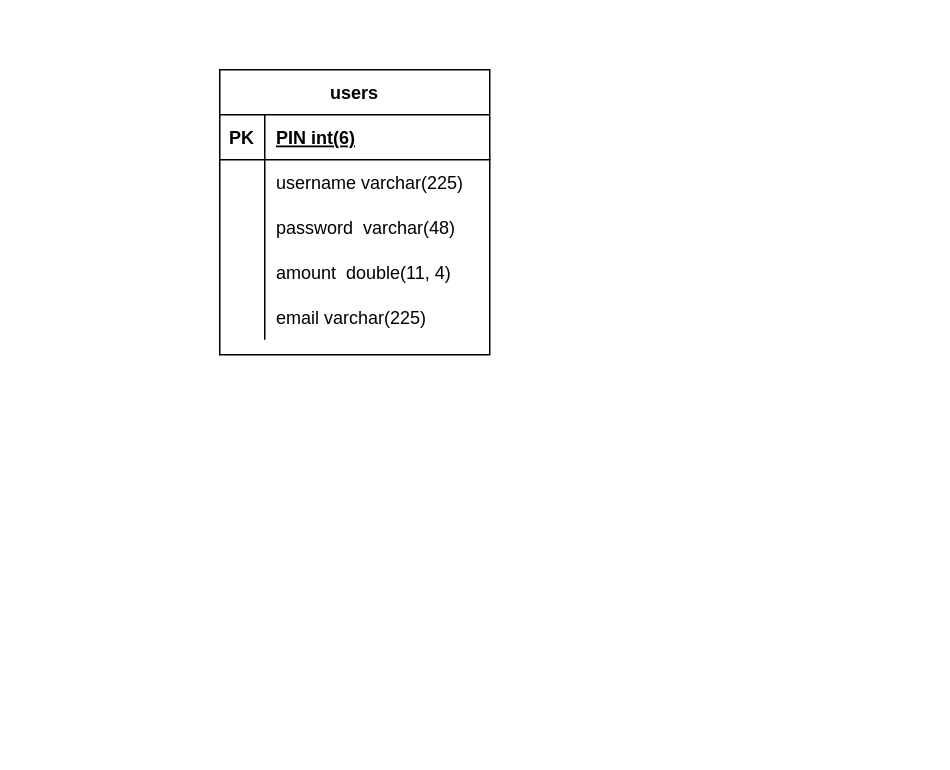
Before: erd.drawio in refaldy04/fw9-backend, a draw.io diagram. Source tidied: cells renumbered, new cells numbered last; positions are measured from the earlier drawing's top-left corner, leaving out a move shared by most shapes. Both pictures are drawn from the tidied source at 150%, with x=0, y=0 at pixel (219, 69).
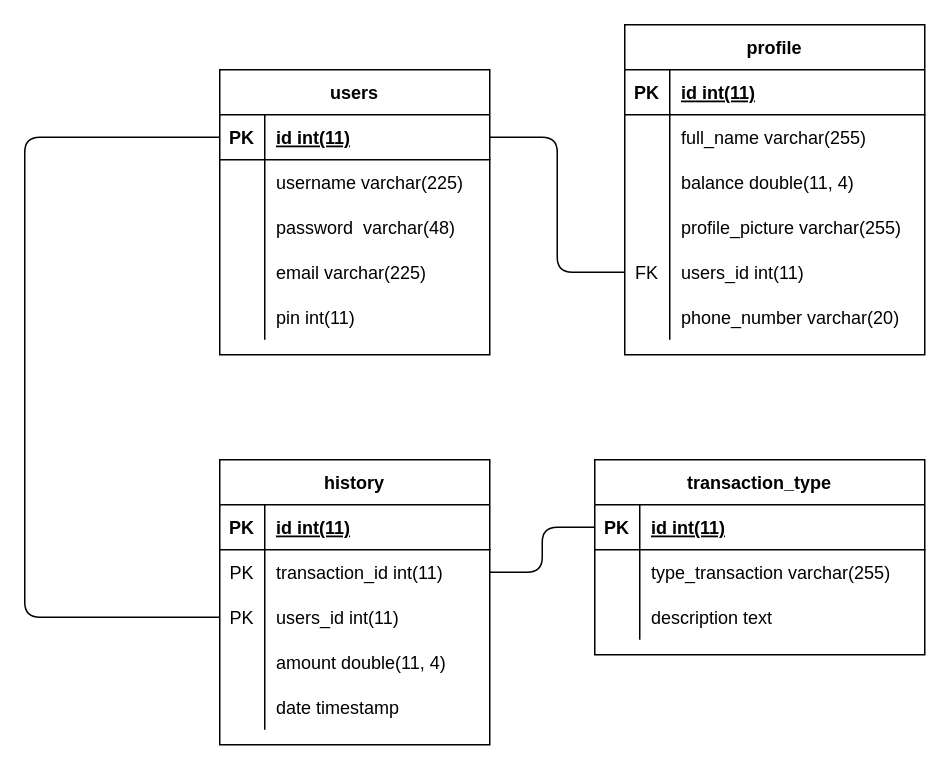
The same diagram, later.

The change refers to these unchanged cells:
```xml
<mxCell id="2" value="users" style="shape=table;startSize=30;childLayout=tableLayout;rowLines=0;fontStyle=1;align=center;" parent="1" vertex="1">
  <mxGeometry width="180" height="190" as="geometry" />
</mxCell>
<mxCell id="3" style="shape=partialRectangle;fillColor=none;top=0;left=0;bottom=1;right=0;points=[[0,0.5],[1,0.5]];portConstraint=eastwest;" parent="2" vertex="1">
  <mxGeometry y="30" width="180" height="30" as="geometry" />
</mxCell>
```

What changed in the source:
```diff
@@
-    <mxCell id="5" value="PIN int(6)" style="shape=partialRectangle;fillColor=none;top=0;left=0;bottom=0;right=0;align=left;spacingLeft=6;fontStyle=5;overflow=hidden;" parent="3" vertex="1">
+    <mxCell id="5" value="id int(11)" style="shape=partialRectangle;fillColor=none;top=0;left=0;bottom=0;right=0;align=left;spacingLeft=6;fontStyle=5;overflow=hidden;" parent="3" vertex="1">
       <mxGeometry x="30" width="150" height="30" as="geometry" />
     </mxCell>
@@
-    <mxCell id="12" style="shape=partialRectangle;fillColor=none;top=0;left=0;bottom=0;right=0;" parent="2" vertex="1">
-      <mxGeometry y="120" width="180" height="30" as="geometry" />
-    </mxCell>
-    <mxCell id="13" style="shape=partialRectangle;fillColor=none;top=0;left=0;bottom=0;right=0;overflow=hidden;" parent="12" vertex="1">
-      <mxGeometry width="30" height="30" as="geometry" />
-    </mxCell>
-    <mxCell id="14" value="amount  double(11, 4)" style="shape=partialRectangle;fillColor=none;top=0;left=0;bottom=0;right=0;align=left;spacingLeft=6;overflow=hidden;" parent="12" vertex="1">
-      <mxGeometry x="30" width="150" height="30" as="geometry" />
-    </mxCell>
     <mxCell id="15" style="shape=partialRectangle;fillColor=none;top=0;left=0;bottom=0;right=0;" parent="2" vertex="1">
-      <mxGeometry y="150" width="180" height="30" as="geometry" />
+      <mxGeometry y="120" width="180" height="30" as="geometry" />
     </mxCell>
@@
+    <mxCell id="18" style="shape=partialRectangle;fillColor=none;top=0;left=0;bottom=0;right=0;" parent="2" vertex="1">
+      <mxGeometry y="150" width="180" height="30" as="geometry" />
+    </mxCell>
+    <mxCell id="19" style="shape=partialRectangle;fillColor=none;top=0;left=0;bottom=0;right=0;overflow=hidden;" parent="18" vertex="1">
+      <mxGeometry width="30" height="30" as="geometry" />
+    </mxCell>
+    <mxCell id="20" value="pin int(11)" style="shape=partialRectangle;fillColor=none;top=0;left=0;bottom=0;right=0;align=left;spacingLeft=6;overflow=hidden;" parent="18" vertex="1">
+      <mxGeometry x="30" width="150" height="30" as="geometry" />
+    </mxCell>
+    <mxCell id="21" value="profile" style="shape=table;startSize=30;childLayout=tableLayout;rowLines=0;fontStyle=1;align=center;" parent="1" vertex="1">
+      <mxGeometry x="270" y="-30" width="200" height="220" as="geometry" />
+    </mxCell>
+    <mxCell id="22" style="shape=partialRectangle;fillColor=none;top=0;left=0;bottom=1;right=0;" parent="21" vertex="1">
+      <mxGeometry y="30" width="200" height="30" as="geometry" />
+    </mxCell>
+    <mxCell id="23" value="PK" style="shape=partialRectangle;fillColor=none;top=0;left=0;bottom=0;right=0;fontStyle=1;overflow=hidden;" parent="22" vertex="1">
+      <mxGeometry width="30" height="30" as="geometry" />
+    </mxCell>
+    <mxCell id="24" value="id int(11)" style="shape=partialRectangle;fillColor=none;top=0;left=0;bottom=0;right=0;align=left;spacingLeft=6;fontStyle=5;overflow=hidden;" parent="22" vertex="1">
+      <mxGeometry x="30" width="170" height="30" as="geometry" />
+    </mxCell>
+    <mxCell id="25" style="shape=partialRectangle;fillColor=none;top=0;left=0;bottom=0;right=0;" parent="21" vertex="1">
+      <mxGeometry y="60" width="200" height="30" as="geometry" />
+    </mxCell>
+    <mxCell id="26" style="shape=partialRectangle;fillColor=none;top=0;left=0;bottom=0;right=0;overflow=hidden;" parent="25" vertex="1">
+      <mxGeometry width="30" height="30" as="geometry" />
+    </mxCell>
+    <mxCell id="27" value="full_name varchar(255)" style="shape=partialRectangle;fillColor=none;top=0;left=0;bottom=0;right=0;align=left;spacingLeft=6;overflow=hidden;" parent="25" vertex="1">
+      <mxGeometry x="30" width="170" height="30" as="geometry" />
+    </mxCell>
+    <mxCell id="28" style="shape=partialRectangle;fillColor=none;top=0;left=0;bottom=0;right=0;" parent="21" vertex="1">
+      <mxGeometry y="90" width="200" height="30" as="geometry" />
+    </mxCell>
+    <mxCell id="29" style="shape=partialRectangle;fillColor=none;top=0;left=0;bottom=0;right=0;overflow=hidden;" parent="28" vertex="1">
+      <mxGeometry width="30" height="30" as="geometry" />
+    </mxCell>
+    <mxCell id="30" value="balance double(11, 4)" style="shape=partialRectangle;fillColor=none;top=0;left=0;bottom=0;right=0;align=left;spacingLeft=6;overflow=hidden;" parent="28" vertex="1">
+      <mxGeometry x="30" width="170" height="30" as="geometry" />
+    </mxCell>
+    <mxCell id="31" style="shape=partialRectangle;fillColor=none;top=0;left=0;bottom=0;right=0;" parent="21" vertex="1">
+      <mxGeometry y="120" width="200" height="30" as="geometry" />
+    </mxCell>
+    <mxCell id="32" style="shape=partialRectangle;fillColor=none;top=0;left=0;bottom=0;right=0;overflow=hidden;" parent="31" vertex="1">
+      <mxGeometry width="30" height="30" as="geometry" />
+    </mxCell>
+    <mxCell id="33" value="profile_picture varchar(255)" style="shape=partialRectangle;fillColor=none;top=0;left=0;bottom=0;right=0;align=left;spacingLeft=6;overflow=hidden;" parent="31" vertex="1">
+      <mxGeometry x="30" width="170" height="30" as="geometry" />
+    </mxCell>
+    <mxCell id="34" style="shape=partialRectangle;fillColor=none;top=0;left=0;bottom=0;right=0;points=[[0,0.5],[1,0.5]];portConstraint=eastwest;" parent="21" vertex="1">
+      <mxGeometry y="150" width="200" height="30" as="geometry" />
+    </mxCell>
+    <mxCell id="35" value="FK" style="shape=partialRectangle;fillColor=none;top=0;left=0;bottom=0;right=0;overflow=hidden;" parent="34" vertex="1">
+      <mxGeometry width="30" height="30" as="geometry" />
+    </mxCell>
+    <mxCell id="36" value="users_id int(11)" style="shape=partialRectangle;fillColor=none;top=0;left=0;bottom=0;right=0;align=left;spacingLeft=6;overflow=hidden;" parent="34" vertex="1">
+      <mxGeometry x="30" width="170" height="30" as="geometry" />
+    </mxCell>
+    <mxCell id="37" style="shape=partialRectangle;fillColor=none;top=0;left=0;bottom=0;right=0;" parent="21" vertex="1">
+      <mxGeometry y="180" width="200" height="30" as="geometry" />
+    </mxCell>
+    <mxCell id="38" style="shape=partialRectangle;fillColor=none;top=0;left=0;bottom=0;right=0;overflow=hidden;" parent="37" vertex="1">
+      <mxGeometry width="30" height="30" as="geometry" />
+    </mxCell>
+    <mxCell id="39" value="phone_number varchar(20)" style="shape=partialRectangle;fillColor=none;top=0;left=0;bottom=0;right=0;align=left;spacingLeft=6;overflow=hidden;" parent="37" vertex="1">
+      <mxGeometry x="30" width="170" height="30" as="geometry" />
+    </mxCell>
+    <mxCell id="40" style="edgeStyle=orthogonalEdgeStyle;html=1;exitX=0;exitY=0.5;exitDx=0;exitDy=0;entryX=1;entryY=0.5;entryDx=0;entryDy=0;endArrow=none;endFill=0;" parent="1" edge="1" source="34" target="3">
+      <mxGeometry relative="1" as="geometry" />
+    </mxCell>
+    <mxCell id="41" value="transaction_type" style="shape=table;startSize=30;childLayout=tableLayout;rowLines=0;fontStyle=1;align=center;" parent="1" vertex="1">
+      <mxGeometry x="250" y="260" width="220" height="130" as="geometry" />
+    </mxCell>
+    <mxCell id="42" style="shape=partialRectangle;fillColor=none;top=0;left=0;bottom=1;right=0;points=[[0,0.5],[1,0.5]];portConstraint=eastwest;" parent="41" vertex="1">
+      <mxGeometry y="30" width="220" height="30" as="geometry" />
+    </mxCell>
+    <mxCell id="43" value="PK" style="shape=partialRectangle;fillColor=none;top=0;left=0;bottom=0;right=0;fontStyle=1;overflow=hidden;" parent="42" vertex="1">
+      <mxGeometry width="30" height="30" as="geometry" />
+    </mxCell>
+    <mxCell id="44" value="id int(11)" style="shape=partialRectangle;fillColor=none;top=0;left=0;bottom=0;right=0;align=left;spacingLeft=6;fontStyle=5;overflow=hidden;" parent="42" vertex="1">
+      <mxGeometry x="30" width="190" height="30" as="geometry" />
+    </mxCell>
+    <mxCell id="45" style="shape=partialRectangle;fillColor=none;top=0;left=0;bottom=0;right=0;" parent="41" vertex="1">
+      <mxGeometry y="60" width="220" height="30" as="geometry" />
+    </mxCell>
+    <mxCell id="46" style="shape=partialRectangle;fillColor=none;top=0;left=0;bottom=0;right=0;overflow=hidden;" parent="45" vertex="1">
+      <mxGeometry width="30" height="30" as="geometry" />
+    </mxCell>
+    <mxCell id="47" value="type_transaction varchar(255)" style="shape=partialRectangle;fillColor=none;top=0;left=0;bottom=0;right=0;align=left;spacingLeft=6;overflow=hidden;" parent="45" vertex="1">
+      <mxGeometry x="30" width="190" height="30" as="geometry" />
+    </mxCell>
+    <mxCell id="48" style="shape=partialRectangle;fillColor=none;top=0;left=0;bottom=0;right=0;" parent="41" vertex="1">
+      <mxGeometry y="90" width="220" height="30" as="geometry" />
+    </mxCell>
+    <mxCell id="49" style="shape=partialRectangle;fillColor=none;top=0;left=0;bottom=0;right=0;overflow=hidden;" parent="48" vertex="1">
+      <mxGeometry width="30" height="30" as="geometry" />
+    </mxCell>
+    <mxCell id="50" value="description text" style="shape=partialRectangle;fillColor=none;top=0;left=0;bottom=0;right=0;align=left;spacingLeft=6;overflow=hidden;" parent="48" vertex="1">
+      <mxGeometry x="30" width="190" height="30" as="geometry" />
+    </mxCell>
+    <mxCell id="51" value="history" style="shape=table;startSize=30;childLayout=tableLayout;rowLines=0;fontStyle=1;align=center;" parent="1" vertex="1">
+      <mxGeometry y="260" width="180" height="190" as="geometry" />
+    </mxCell>
+    <mxCell id="52" style="shape=partialRectangle;fillColor=none;top=0;left=0;bottom=1;right=0;" parent="51" vertex="1">
+      <mxGeometry y="30" width="180" height="30" as="geometry" />
+    </mxCell>
+    <mxCell id="53" value="PK" style="shape=partialRectangle;fillColor=none;top=0;left=0;bottom=0;right=0;fontStyle=1;overflow=hidden;" parent="52" vertex="1">
+      <mxGeometry width="30" height="30" as="geometry" />
+    </mxCell>
+    <mxCell id="54" value="id int(11)" style="shape=partialRectangle;fillColor=none;top=0;left=0;bottom=0;right=0;align=left;spacingLeft=6;fontStyle=5;overflow=hidden;" parent="52" vertex="1">
+      <mxGeometry x="30" width="150" height="30" as="geometry" />
+    </mxCell>
+    <mxCell id="55" style="shape=partialRectangle;fillColor=none;top=0;left=0;bottom=0;right=0;points=[[0,0.5],[1,0.5]];portConstraint=eastwest;" parent="51" vertex="1">
+      <mxGeometry y="60" width="180" height="30" as="geometry" />
+    </mxCell>
+    <mxCell id="56" value="PK" style="shape=partialRectangle;fillColor=none;top=0;left=0;bottom=0;right=0;overflow=hidden;" parent="55" vertex="1">
+      <mxGeometry width="30" height="30" as="geometry" />
+    </mxCell>
+    <mxCell id="57" value="transaction_id int(11)" style="shape=partialRectangle;fillColor=none;top=0;left=0;bottom=0;right=0;align=left;spacingLeft=6;overflow=hidden;" parent="55" vertex="1">
+      <mxGeometry x="30" width="150" height="30" as="geometry" />
+    </mxCell>
+    <mxCell id="58" style="shape=partialRectangle;fillColor=none;top=0;left=0;bottom=0;right=0;" parent="51" vertex="1">
+      <mxGeometry y="90" width="180" height="30" as="geometry" />
+    </mxCell>
+    <mxCell id="59" value="PK" style="shape=partialRectangle;fillColor=none;top=0;left=0;bottom=0;right=0;overflow=hidden;" parent="58" vertex="1">
+      <mxGeometry width="30" height="30" as="geometry" />
+    </mxCell>
+    <mxCell id="60" value="users_id int(11)" style="shape=partialRectangle;fillColor=none;top=0;left=0;bottom=0;right=0;align=left;spacingLeft=6;overflow=hidden;" parent="58" vertex="1">
+      <mxGeometry x="30" width="150" height="30" as="geometry" />
+    </mxCell>
+    <mxCell id="12" style="shape=partialRectangle;fillColor=none;top=0;left=0;bottom=0;right=0;" parent="51" vertex="1">
+      <mxGeometry y="120" width="180" height="30" as="geometry" />
+    </mxCell>
+    <mxCell id="61" style="shape=partialRectangle;fillColor=none;top=0;left=0;bottom=0;right=0;overflow=hidden;" parent="12" vertex="1">
+      <mxGeometry width="30" height="30" as="geometry" />
+    </mxCell>
+    <mxCell id="14" value="amount double(11, 4)" style="shape=partialRectangle;fillColor=none;top=0;left=0;bottom=0;right=0;align=left;spacingLeft=6;overflow=hidden;" parent="12" vertex="1">
+      <mxGeometry x="30" width="150" height="30" as="geometry" />
+    </mxCell>
+    <mxCell id="62" style="shape=partialRectangle;fillColor=none;top=0;left=0;bottom=0;right=0;" parent="51" vertex="1">
+      <mxGeometry y="150" width="180" height="30" as="geometry" />
+    </mxCell>
+    <mxCell id="63" style="shape=partialRectangle;fillColor=none;top=0;left=0;bottom=0;right=0;overflow=hidden;" parent="62" vertex="1">
+      <mxGeometry width="30" height="30" as="geometry" />
+    </mxCell>
+    <mxCell id="64" value="date timestamp" style="shape=partialRectangle;fillColor=none;top=0;left=0;bottom=0;right=0;align=left;spacingLeft=6;overflow=hidden;" parent="62" vertex="1">
+      <mxGeometry x="30" width="150" height="30" as="geometry" />
+    </mxCell>
+    <mxCell id="65" style="edgeStyle=orthogonalEdgeStyle;html=1;exitX=0;exitY=0.5;exitDx=0;exitDy=0;endArrow=none;endFill=0;" parent="1" edge="1" source="3">
+      <mxGeometry relative="1" as="geometry">
+        <mxPoint y="365" as="targetPoint" />
+        <Array as="points">
+          <mxPoint x="-130" y="45" />
+          <mxPoint x="-130" y="365" />
+        </Array>
+      </mxGeometry>
+    </mxCell>
+    <mxCell id="66" style="edgeStyle=orthogonalEdgeStyle;html=1;exitX=1;exitY=0.5;exitDx=0;exitDy=0;entryX=0;entryY=0.5;entryDx=0;entryDy=0;endArrow=none;endFill=0;" parent="1" edge="1" source="55" target="42">
+      <mxGeometry relative="1" as="geometry" />
+    </mxCell>
```
